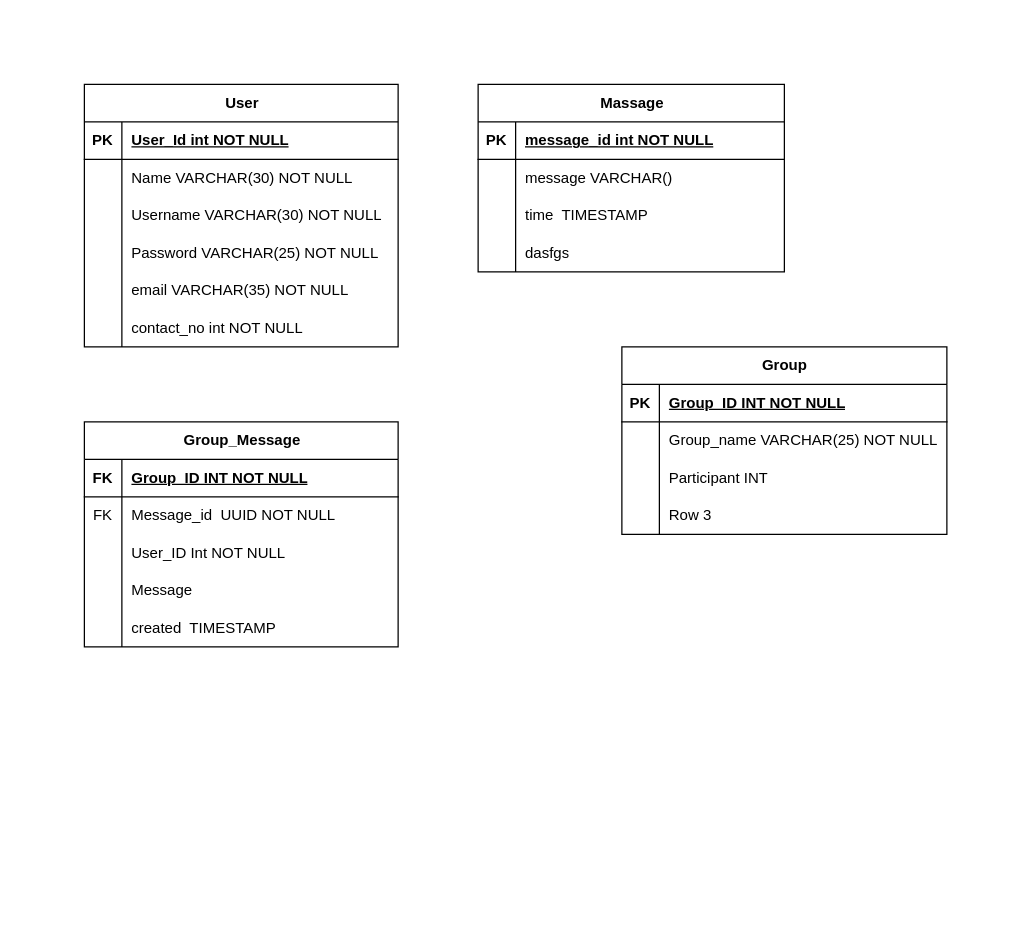
The draw.io diagram database.drawio in Keikantswe/Deliverable_One, before the edit. Source tidied: cells renumbered, new cells numbered last; positions are measured from the earlier drawing's top-left corner, leaving out a move shared by most shapes. Both pictures are drawn from the tidied source at 125%, with x=0, y=0 at pixel (84, 84).
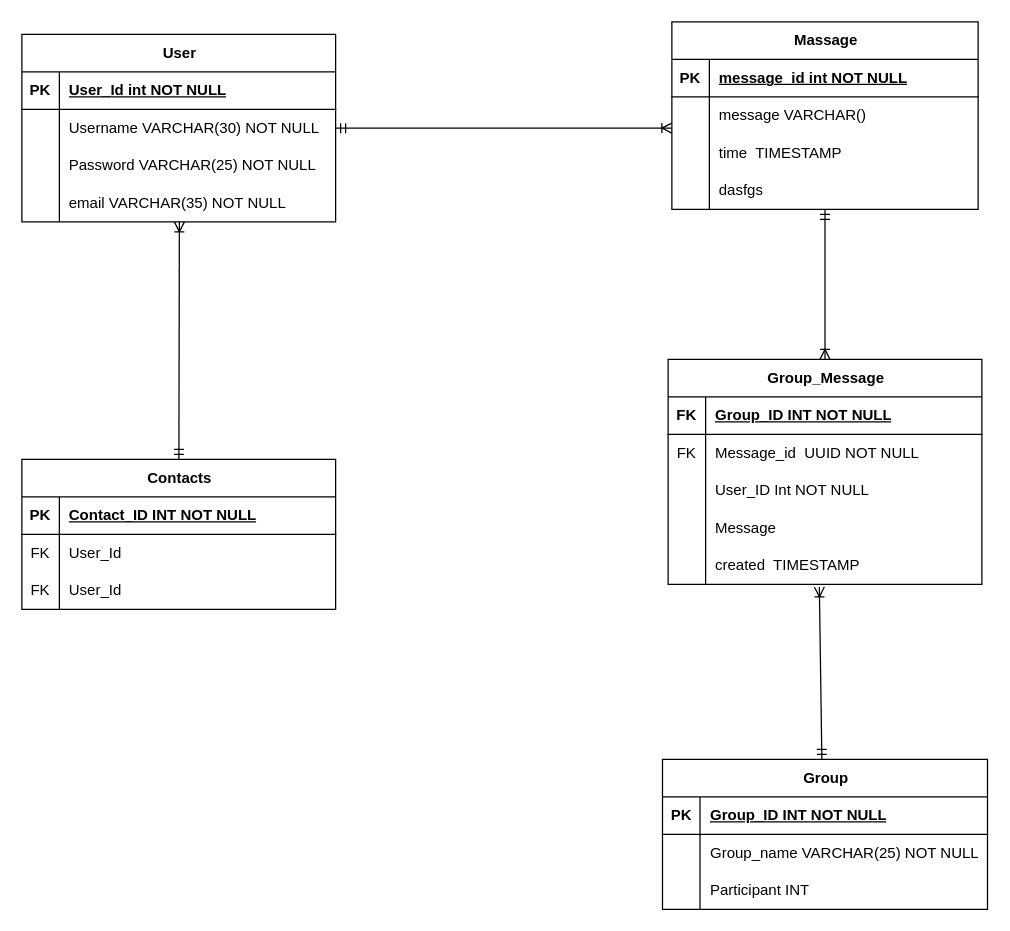
The same diagram, later.

The change refers to these unchanged cells:
```xml
<mxCell id="38" style="shape=tableRow;horizontal=0;startSize=0;swimlaneHead=0;swimlaneBody=0;fillColor=none;points=[[0,0.5],[1,0.5]];portConstraint=eastwest;top=0;left=0;right=0;bottom=0;" parent="34" vertex="1">
  <mxGeometry y="60" width="245" height="30" as="geometry" />
</mxCell>
<mxCell id="44" style="shape=tableRow;horizontal=0;startSize=0;swimlaneHead=0;swimlaneBody=0;fillColor=none;points=[[0,0.5],[1,0.5]];portConstraint=eastwest;top=0;left=0;right=0;bottom=0;" parent="34" vertex="1">
  <mxGeometry y="120" width="245" height="30" as="geometry" />
</mxCell>
<mxCell id="60" style="shape=tableRow;horizontal=0;startSize=0;swimlaneHead=0;swimlaneBody=0;fillColor=none;points=[[0,0.5],[1,0.5]];portConstraint=eastwest;top=0;left=0;right=0;bottom=0;" parent="47" vertex="1">
  <mxGeometry y="150" width="251" height="30" as="geometry" />
</mxCell>
```

The edit, as a diff of the source:
```diff
@@
     <mxCell id="2" value="User" style="shape=table;startSize=30;childLayout=tableLayout;rowLines=0;fontStyle=1;align=center;html=1;" parent="1" vertex="1">
-      <mxGeometry width="251" height="210" as="geometry" />
+      <mxGeometry x="-50" y="-40" width="251" height="150" as="geometry" />
     </mxCell>
@@
-    <mxCell id="6" style="shape=tableRow;horizontal=0;startSize=0;swimlaneHead=0;swimlaneBody=0;fillColor=none;top=0;left=0;right=0;bottom=0;" parent="2" vertex="1">
-      <mxGeometry y="60" width="251" height="30" as="geometry" />
-    </mxCell>
-    <mxCell id="7" style="shape=partialRectangle;fillColor=none;top=0;left=0;bottom=0;right=0;overflow=hidden;whiteSpace=wrap;html=1;" parent="6" vertex="1">
-      <mxGeometry width="30" height="30" as="geometry" />
-    </mxCell>
-    <mxCell id="8" value="Name VARCHAR(30) NOT NULL" style="shape=partialRectangle;fillColor=none;top=0;left=0;bottom=0;right=0;align=left;spacingLeft=6;overflow=hidden;whiteSpace=wrap;html=1;" parent="6" vertex="1">
-      <mxGeometry x="30" width="221" height="30" as="geometry" />
-    </mxCell>
     <mxCell id="9" style="shape=tableRow;horizontal=0;startSize=0;swimlaneHead=0;swimlaneBody=0;fillColor=none;points=[[0,0.5],[1,0.5]];portConstraint=eastwest;top=0;left=0;right=0;bottom=0;" parent="2" vertex="1">
-      <mxGeometry y="90" width="251" height="30" as="geometry" />
+      <mxGeometry y="60" width="251" height="30" as="geometry" />
     </mxCell>
@@
     <mxCell id="12" style="shape=tableRow;horizontal=0;startSize=0;swimlaneHead=0;swimlaneBody=0;fillColor=none;top=0;left=0;right=0;bottom=0;" parent="2" vertex="1">
-      <mxGeometry y="120" width="251" height="30" as="geometry" />
+      <mxGeometry y="90" width="251" height="30" as="geometry" />
     </mxCell>
@@
     <mxCell id="15" style="shape=tableRow;horizontal=0;startSize=0;swimlaneHead=0;swimlaneBody=0;fillColor=none;points=[[0,0.5],[1,0.5]];portConstraint=eastwest;top=0;left=0;right=0;bottom=0;" parent="2" vertex="1">
-      <mxGeometry y="150" width="251" height="30" as="geometry" />
+      <mxGeometry y="120" width="251" height="30" as="geometry" />
     </mxCell>
@@
-    <mxCell id="18" style="shape=tableRow;horizontal=0;startSize=0;swimlaneHead=0;swimlaneBody=0;fillColor=none;top=0;left=0;right=0;bottom=0;" parent="2" vertex="1">
-      <mxGeometry y="180" width="251" height="30" as="geometry" />
-    </mxCell>
-    <mxCell id="19" style="shape=partialRectangle;fillColor=none;top=0;left=0;bottom=0;right=0;overflow=hidden;whiteSpace=wrap;html=1;" parent="18" vertex="1">
-      <mxGeometry width="30" height="30" as="geometry" />
-    </mxCell>
-    <mxCell id="20" value="contact_no int NOT NULL" style="shape=partialRectangle;fillColor=none;top=0;left=0;bottom=0;right=0;align=left;spacingLeft=6;overflow=hidden;whiteSpace=wrap;html=1;" parent="18" vertex="1">
-      <mxGeometry x="30" width="221" height="30" as="geometry" />
-    </mxCell>
     <mxCell id="21" value="Group" style="shape=table;startSize=30;childLayout=tableLayout;rowLines=0;fontStyle=1;align=center;html=1;" parent="1" vertex="1">
-      <mxGeometry x="430" y="210" width="260" height="150" as="geometry" />
+      <mxGeometry x="462.5" y="540" width="260" height="120" as="geometry" />
     </mxCell>
@@
-    <mxCell id="31" style="shape=tableRow;horizontal=0;startSize=0;swimlaneHead=0;swimlaneBody=0;fillColor=none;top=0;left=0;right=0;bottom=0;" parent="21" vertex="1">
-      <mxGeometry y="120" width="260" height="30" as="geometry" />
-    </mxCell>
-    <mxCell id="32" style="shape=partialRectangle;fillColor=none;top=0;left=0;bottom=0;right=0;overflow=hidden;whiteSpace=wrap;html=1;" parent="31" vertex="1">
-      <mxGeometry width="30" height="30" as="geometry" />
-    </mxCell>
-    <mxCell id="33" value="Row 3" style="shape=partialRectangle;fillColor=none;top=0;left=0;bottom=0;right=0;align=left;spacingLeft=6;overflow=hidden;whiteSpace=wrap;html=1;" parent="31" vertex="1">
-      <mxGeometry x="30" width="230" height="30" as="geometry" />
-    </mxCell>
     <mxCell id="34" value="Massage" style="shape=table;startSize=30;childLayout=tableLayout;rowLines=0;fontStyle=1;align=center;html=1;" parent="1" vertex="1">
-      <mxGeometry x="315" width="245" height="150" as="geometry" />
+      <mxGeometry x="470" y="-50" width="245" height="150" as="geometry" />
     </mxCell>
@@
     <mxCell id="47" value="Group_Message" style="shape=table;startSize=30;childLayout=tableLayout;rowLines=0;fontStyle=1;align=center;html=1;" parent="1" vertex="1">
-      <mxGeometry y="270" width="251" height="180" as="geometry" />
+      <mxGeometry x="467" y="220" width="251" height="180" as="geometry" />
     </mxCell>
@@
+    <mxCell id="63" value="Contacts" style="shape=table;startSize=30;childLayout=tableLayout;rowLines=0;fontStyle=1;align=center;html=1;" parent="1" vertex="1">
+      <mxGeometry x="-50" y="300" width="251" height="120" as="geometry" />
+    </mxCell>
+    <mxCell id="64" style="shape=tableRow;horizontal=0;startSize=0;swimlaneHead=0;swimlaneBody=0;fillColor=none;top=0;left=0;right=0;bottom=1;" parent="63" vertex="1">
+      <mxGeometry y="30" width="251" height="30" as="geometry" />
+    </mxCell>
+    <mxCell id="65" value="PK" style="shape=partialRectangle;fillColor=none;top=0;left=0;bottom=0;right=0;fontStyle=1;overflow=hidden;whiteSpace=wrap;html=1;" parent="64" vertex="1">
+      <mxGeometry width="30" height="30" as="geometry" />
+    </mxCell>
+    <mxCell id="66" value="Contact_ID INT NOT NULL" style="shape=partialRectangle;fillColor=none;top=0;left=0;bottom=0;right=0;align=left;spacingLeft=6;fontStyle=5;overflow=hidden;whiteSpace=wrap;html=1;" parent="64" vertex="1">
+      <mxGeometry x="30" width="221" height="30" as="geometry" />
+    </mxCell>
+    <mxCell id="6" style="shape=tableRow;horizontal=0;startSize=0;swimlaneHead=0;swimlaneBody=0;fillColor=none;top=0;left=0;right=0;bottom=0;" parent="63" vertex="1">
+      <mxGeometry y="60" width="251" height="30" as="geometry" />
+    </mxCell>
+    <mxCell id="67" value="FK" style="shape=partialRectangle;fillColor=none;top=0;left=0;bottom=0;right=0;overflow=hidden;whiteSpace=wrap;html=1;" parent="6" vertex="1">
+      <mxGeometry width="30" height="30" as="geometry" />
+    </mxCell>
+    <mxCell id="68" value="User_Id" style="shape=partialRectangle;fillColor=none;top=0;left=0;bottom=0;right=0;align=left;spacingLeft=6;overflow=hidden;whiteSpace=wrap;html=1;" parent="6" vertex="1">
+      <mxGeometry x="30" width="221" height="30" as="geometry" />
+    </mxCell>
+    <mxCell id="69" style="shape=tableRow;horizontal=0;startSize=0;swimlaneHead=0;swimlaneBody=0;fillColor=none;top=0;left=0;right=0;bottom=0;" parent="63" vertex="1">
+      <mxGeometry y="90" width="251" height="30" as="geometry" />
+    </mxCell>
+    <mxCell id="70" value="FK" style="shape=partialRectangle;fillColor=none;top=0;left=0;bottom=0;right=0;overflow=hidden;whiteSpace=wrap;html=1;" parent="69" vertex="1">
+      <mxGeometry width="30" height="30" as="geometry" />
+    </mxCell>
+    <mxCell id="71" value="User_Id" style="shape=partialRectangle;fillColor=none;top=0;left=0;bottom=0;right=0;align=left;spacingLeft=6;overflow=hidden;whiteSpace=wrap;html=1;" parent="69" vertex="1">
+      <mxGeometry x="30" width="221" height="30" as="geometry" />
+    </mxCell>
+    <mxCell id="72" style="fontSize=12;html=1;endArrow=ERoneToMany;startArrow=ERmandOne;rounded=0;entryX=0.502;entryY=1;entryDx=0;entryDy=0;entryPerimeter=0;" parent="1" edge="1" source="63" target="15">
+      <mxGeometry relative="1" as="geometry" />
+    </mxCell>
+    <mxCell id="73" style="fontSize=12;html=1;endArrow=ERoneToMany;startArrow=ERmandOne;rounded=0;exitX=1;exitY=0.5;exitDx=0;exitDy=0;entryX=0;entryY=0.833;entryDx=0;entryDy=0;entryPerimeter=0;" parent="1" edge="1" source="9" target="38">
+      <mxGeometry relative="1" as="geometry" />
+    </mxCell>
+    <mxCell id="74" style="fontSize=12;html=1;endArrow=ERoneToMany;startArrow=ERmandOne;rounded=0;entryX=0.482;entryY=1.067;entryDx=0;entryDy=0;entryPerimeter=0;" parent="1" edge="1" target="60">
+      <mxGeometry relative="1" as="geometry">
+        <mxPoint x="590" y="540" as="sourcePoint" />
+      </mxGeometry>
+    </mxCell>
+    <mxCell id="75" style="fontSize=12;html=1;endArrow=ERoneToMany;startArrow=ERmandOne;rounded=0;entryX=0.5;entryY=0;entryDx=0;entryDy=0;" parent="1" edge="1" source="44" target="47">
+      <mxGeometry relative="1" as="geometry" />
+    </mxCell>
```
